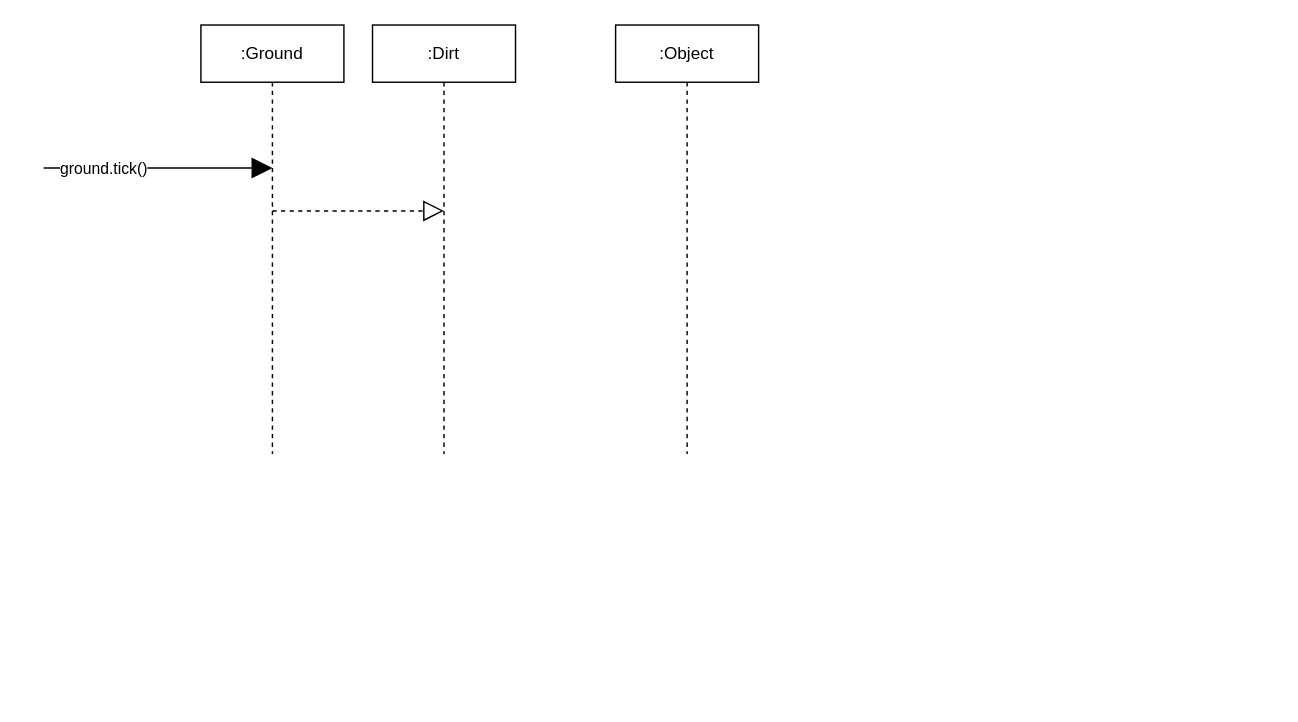
The draw.io diagram Class diagram/PlantGrowth Sequence Diagram.drawio in Dax246/FIT2099, before the edit. Source tidied: cells renumbered, new cells numbered last; positions are measured from the earlier drawing's top-left corner, leaving out a move shared by most shapes. Both pictures are drawn from the tidied source at 143%, with x=0, y=0 at pixel (43, 24).
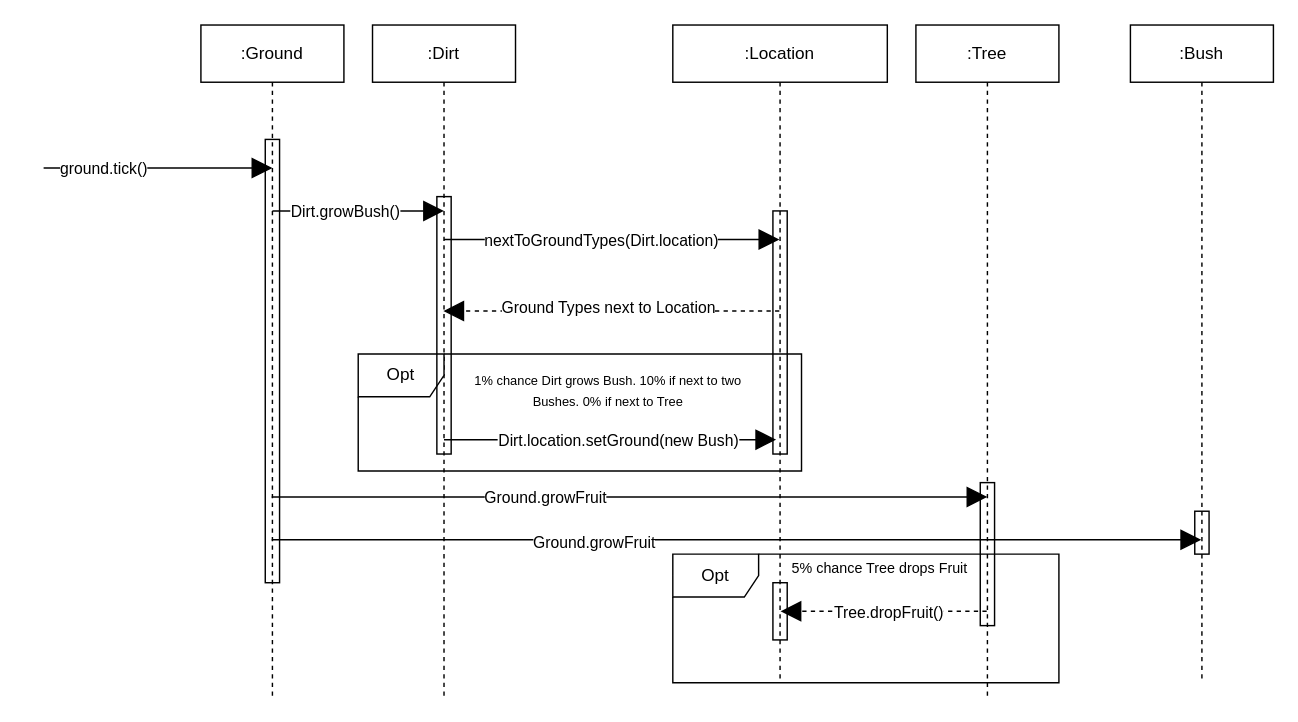
After the change.

Commit message (it also covers changes not shown here):
Redid Breeding Sequence Diagram.drawio and fixed PlantGrowth Sequence Diagram.drawio

The edit, as a diff of the source:
```diff
@@
+    <mxCell id="8" style="html=1;perimeter=orthogonalPerimeter;" parent="1" vertex="1">
+      <mxGeometry x="155" y="80" width="10" height="310" as="geometry" />
+    </mxCell>
     <mxCell id="2" value=":Ground" style="shape=umlLifeline;perimeter=lifelinePerimeter;whiteSpace=wrap;html=1;outlineConnect=0;" parent="1" vertex="1">
-      <mxGeometry x="110" width="100" height="300" as="geometry" />
+      <mxGeometry x="110" width="100" height="470" as="geometry" />
     </mxCell>
-    <mxCell id="3" style="endArrow=block;dashed=1;endFill=0;endSize=12;html=1;" parent="2" edge="1">
-      <mxGeometry relative="1" as="geometry">
-        <mxPoint x="50" y="130" as="sourcePoint" />
-        <mxPoint x="170" y="130" as="targetPoint" />
-      </mxGeometry>
-    </mxCell>
@@
     <mxCell id="6" value=":Dirt" style="shape=umlLifeline;perimeter=lifelinePerimeter;whiteSpace=wrap;html=1;outlineConnect=0;" parent="1" vertex="1">
-      <mxGeometry x="230" width="100" height="300" as="geometry" />
+      <mxGeometry x="230" width="100" height="470" as="geometry" />
     </mxCell>
+    <mxCell id="9" style="endArrow=block;endFill=1;endSize=12;html=1;" parent="6" edge="1" target="7">
+      <mxGeometry relative="1" as="geometry">
+        <mxPoint x="50" y="150" as="sourcePoint" />
+      </mxGeometry>
+    </mxCell>
+    <mxCell id="10" value="nextToGroundTypes(Dirt.location)" style="edgeLabel;html=1;align=center;verticalAlign=middle;" parent="9" vertex="1">
+      <mxGeometry x="-0.51" y="-2" relative="1" as="geometry">
+        <mxPoint x="52" y="-2" as="offset" />
+      </mxGeometry>
+    </mxCell>
-    <mxCell id="7" value=":Object" style="shape=umlLifeline;perimeter=lifelinePerimeter;whiteSpace=wrap;html=1;outlineConnect=0;" parent="1" vertex="1">
-      <mxGeometry x="400" width="100" height="300" as="geometry" />
+    <mxCell id="7" value=":Location" style="shape=umlLifeline;perimeter=lifelinePerimeter;whiteSpace=wrap;html=1;outlineConnect=0;" parent="1" vertex="1">
+      <mxGeometry x="440" width="150" height="460" as="geometry" />
     </mxCell>
+    <mxCell id="11" style="endArrow=block;dashed=1;endFill=1;endSize=12;html=1;" parent="1" edge="1" source="7" target="6">
+      <mxGeometry relative="1" as="geometry">
+        <Array as="points">
+          <mxPoint x="290" y="200" />
+        </Array>
+      </mxGeometry>
+    </mxCell>
+    <mxCell id="12" value="Ground Types next to Location" style="edgeLabel;html=1;align=center;verticalAlign=middle;" parent="11" vertex="1">
+      <mxGeometry x="0.38" y="-3" relative="1" as="geometry">
+        <mxPoint x="42" as="offset" />
+      </mxGeometry>
+    </mxCell>
+    <mxCell id="13" style="endArrow=block;endFill=1;endSize=12;html=1;" parent="1" edge="1">
+      <mxGeometry relative="1" as="geometry">
+        <mxPoint x="280" y="290" as="sourcePoint" />
+        <mxPoint x="512.3" y="290" as="targetPoint" />
+        <Array as="points">
+          <mxPoint x="303.8" y="290" />
+          <mxPoint x="503.8" y="290" />
+        </Array>
+      </mxGeometry>
+    </mxCell>
+    <mxCell id="14" value="Dirt.location.setGround(new Bush)" style="edgeLabel;html=1;align=center;verticalAlign=middle;" parent="13" vertex="1">
+      <mxGeometry x="-0.48" relative="1" as="geometry">
+        <mxPoint x="61" as="offset" />
+      </mxGeometry>
+    </mxCell>
+    <mxCell id="15" value="&lt;font style=&quot;font-size: 9px&quot;&gt;1% chance Dirt grows Bush. 10% if next to two Bushes. 0% if next to Tree&lt;/font&gt;" style="text;html=1;strokeColor=none;fillColor=none;align=center;verticalAlign=middle;whiteSpace=wrap;rounded=0;" parent="1" vertex="1">
+      <mxGeometry x="290" y="245" width="210" height="20" as="geometry" />
+    </mxCell>
+    <mxCell id="16" value=":Tree" style="shape=umlLifeline;perimeter=lifelinePerimeter;whiteSpace=wrap;html=1;" parent="1" vertex="1">
+      <mxGeometry x="610" width="100" height="470" as="geometry" />
+    </mxCell>
+    <mxCell id="17" style="html=1;perimeter=orthogonalPerimeter;fillColor=none;gradientColor=#ffffff;" parent="16" vertex="1">
+      <mxGeometry x="45" y="320" width="10" height="100" as="geometry" />
+    </mxCell>
+    <mxCell id="18" value=":Bush" style="shape=umlLifeline;perimeter=lifelinePerimeter;whiteSpace=wrap;html=1;outlineConnect=0;" parent="1" vertex="1">
+      <mxGeometry x="760" width="100" height="460" as="geometry" />
+    </mxCell>
+    <mxCell id="19" style="html=1;perimeter=orthogonalPerimeter;fillColor=none;gradientColor=#ffffff;" parent="18" vertex="1">
+      <mxGeometry x="45" y="340" width="10" height="30" as="geometry" />
+    </mxCell>
+    <mxCell id="20" value="Opt" style="shape=umlFrame;whiteSpace=wrap;html=1;" parent="1" vertex="1">
+      <mxGeometry x="440" y="370" width="270" height="90" as="geometry" />
+    </mxCell>
+    <mxCell id="21" style="endArrow=block;dashed=1;endFill=1;endSize=12;html=1;" parent="1" edge="1">
+      <mxGeometry relative="1" as="geometry">
+        <mxPoint x="659.5" y="410" as="sourcePoint" />
+        <mxPoint x="515.3" y="410" as="targetPoint" />
+        <Array as="points">
+          <mxPoint x="590" y="410" />
+        </Array>
+      </mxGeometry>
+    </mxCell>
+    <mxCell id="22" value="Tree.dropFruit()" style="edgeLabel;html=1;align=center;verticalAlign=middle;" parent="21" vertex="1">
+      <mxGeometry x="0.31" y="-1" relative="1" as="geometry">
+        <mxPoint x="25" y="1" as="offset" />
+      </mxGeometry>
+    </mxCell>
+    <mxCell id="23" value="&lt;font style=&quot;font-size: 10px&quot;&gt;5% chance Tree drops Fruit&lt;/font&gt;" style="text;html=1;strokeColor=none;fillColor=none;align=center;verticalAlign=middle;whiteSpace=wrap;rounded=0;" parent="1" vertex="1">
+      <mxGeometry x="520" y="370" width="130" height="20" as="geometry" />
+    </mxCell>
+    <mxCell id="24" style="endArrow=block;endFill=1;endSize=12;html=1;" parent="1" edge="1" source="2">
+      <mxGeometry relative="1" as="geometry">
+        <mxPoint x="660" y="330" as="targetPoint" />
+        <Array as="points">
+          <mxPoint x="210.5" y="330" />
+          <mxPoint x="430.5" y="330" />
+        </Array>
+      </mxGeometry>
+    </mxCell>
+    <mxCell id="25" value="Ground.growFruit" style="edgeLabel;html=1;align=center;verticalAlign=middle;" parent="24" vertex="1">
+      <mxGeometry x="-0.28" relative="1" as="geometry">
+        <mxPoint x="11" as="offset" />
+      </mxGeometry>
+    </mxCell>
+    <mxCell id="26" style="endArrow=block;endFill=1;endSize=12;html=1;" parent="1" edge="1" source="2" target="18">
+      <mxGeometry relative="1" as="geometry">
+        <Array as="points">
+          <mxPoint x="490" y="360" />
+        </Array>
+      </mxGeometry>
+    </mxCell>
+    <mxCell id="27" value="Ground.growFruit" style="edgeLabel;html=1;align=center;verticalAlign=middle;" parent="26" vertex="1">
+      <mxGeometry x="-0.5" y="-1" relative="1" as="geometry">
+        <mxPoint x="62" as="offset" />
+      </mxGeometry>
+    </mxCell>
+    <mxCell id="28" value="Opt" style="shape=umlFrame;whiteSpace=wrap;html=1;" parent="1" vertex="1">
+      <mxGeometry x="220" y="230" width="310" height="81.9" as="geometry" />
+    </mxCell>
+    <mxCell id="3" style="endArrow=block;endFill=1;endSize=12;html=1;" parent="1" edge="1">
+      <mxGeometry x="150" y="110" as="geometry">
+        <mxPoint x="160" y="130" as="sourcePoint" />
+        <mxPoint x="280" y="130" as="targetPoint" />
+      </mxGeometry>
+    </mxCell>
+    <mxCell id="29" value="Dirt.growBush()" style="edgeLabel;html=1;align=center;verticalAlign=middle;" parent="3" vertex="1">
+      <mxGeometry x="-0.32" relative="1" as="geometry">
+        <mxPoint x="9" as="offset" />
+      </mxGeometry>
+    </mxCell>
+    <mxCell id="30" style="html=1;perimeter=orthogonalPerimeter;gradientColor=#ffffff;fillColor=none;" parent="1" vertex="1">
+      <mxGeometry x="275" y="120" width="10" height="180" as="geometry" />
+    </mxCell>
+    <mxCell id="31" style="html=1;perimeter=orthogonalPerimeter;fillColor=none;gradientColor=#ffffff;" parent="1" vertex="1">
+      <mxGeometry x="510" y="130" width="10" height="170" as="geometry" />
+    </mxCell>
+    <mxCell id="32" style="html=1;perimeter=orthogonalPerimeter;fillColor=none;gradientColor=#ffffff;" parent="1" vertex="1">
+      <mxGeometry x="510" y="390" width="10" height="40" as="geometry" />
+    </mxCell>
```
